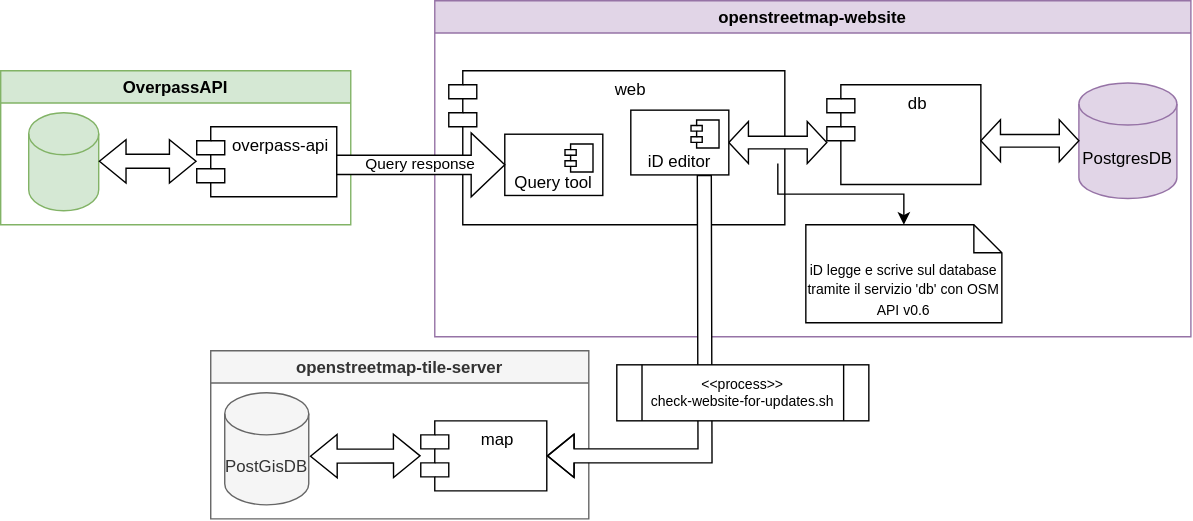
This is doc/images/diagramma-a-blocchi.svg from disit/OSM-for-snap4city, a draw.io export, as it was before one commit. Source tidied: cells renumbered, new cells last; positions are measured from the earlier drawing's top-left corner, leaving out a move shared by most shapes.
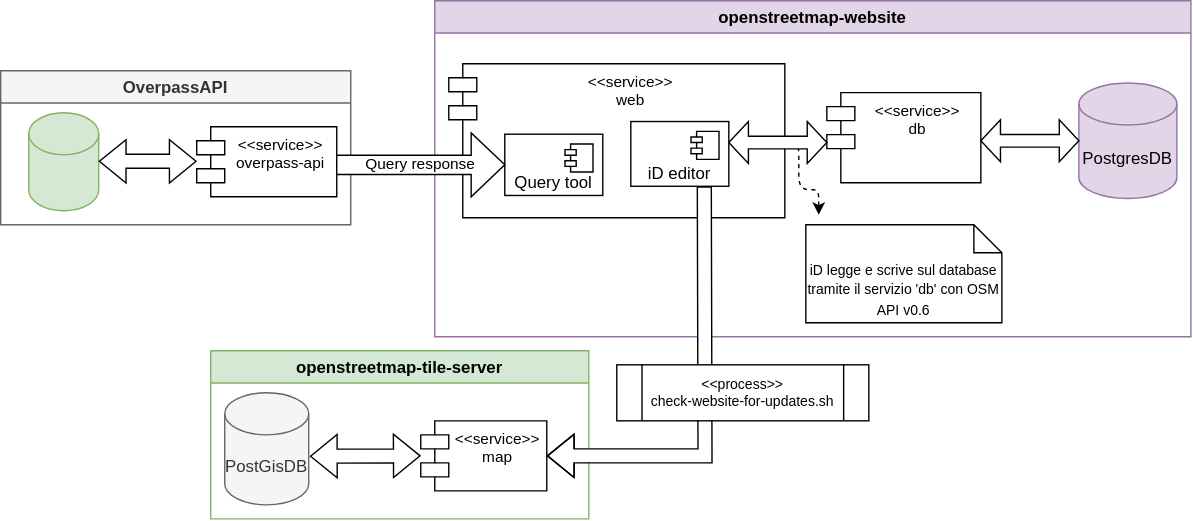
After the change.

The edit, as a diff of the source:
```diff
@@ -2,7 +2,7 @@
   <root>
     <mxCell id="0" />
     <mxCell id="1" parent="0" />
-    <mxCell id="2" value="OverpassAPI" style="swimlane;fillColor=#d5e8d4;strokeColor=#82b366;" parent="1" vertex="1">
+    <mxCell id="2" value="OverpassAPI" style="swimlane;fillColor=#f5f5f5;strokeColor=#666666;fontColor=#333333;" parent="1" vertex="1">
       <mxGeometry y="50" width="250" height="110" as="geometry" />
     </mxCell>
     <mxCell id="3" style="shape=cylinder3;whiteSpace=wrap;html=1;boundedLbl=1;backgroundOutline=1;size=15;fillColor=#d5e8d4;strokeColor=#82b366;" parent="2" vertex="1">
@@ -14,17 +14,17 @@
         <mxPoint x="70" y="64.7" as="targetPoint" />
       </mxGeometry>
     </mxCell>
-    <mxCell id="5" value="overpass-api" style="shape=module;align=left;spacingLeft=20;align=center;verticalAlign=top;whiteSpace=wrap;html=1;" parent="2" vertex="1">
+    <mxCell id="5" value="&lt;div&gt;&amp;lt;&amp;lt;service&amp;gt;&amp;gt;&lt;/div&gt;&lt;div&gt;overpass-api&lt;/div&gt;" style="shape=module;align=right;spacingLeft=20;align=center;verticalAlign=top;whiteSpace=wrap;html=1;fontSize=11;" parent="2" vertex="1">
       <mxGeometry x="140" y="40" width="100" height="50" as="geometry" />
     </mxCell>
     <mxCell id="6" value="openstreetmap-website" style="swimlane;fillColor=#e1d5e7;strokeColor=#9673a6;" parent="1" vertex="1">
       <mxGeometry x="310" width="540" height="240" as="geometry" />
     </mxCell>
-    <mxCell id="7" value="&lt;div&gt;web&lt;/div&gt;" style="shape=module;align=left;spacingLeft=20;align=center;verticalAlign=top;whiteSpace=wrap;html=1;" parent="6" vertex="1">
-      <mxGeometry x="10" y="50" width="240" height="110" as="geometry" />
+    <mxCell id="7" value="&lt;div style=&quot;font-size: 11px;&quot;&gt;&amp;lt;&amp;lt;service&amp;gt;&amp;gt;&lt;/div&gt;&lt;div style=&quot;font-size: 11px;&quot;&gt;web&lt;/div&gt;" style="shape=module;align=left;spacingLeft=20;align=center;verticalAlign=top;whiteSpace=wrap;html=1;fontSize=11;" parent="6" vertex="1">
+      <mxGeometry x="10" y="45" width="240" height="110" as="geometry" />
     </mxCell>
-    <mxCell id="8" value="db" style="shape=module;align=left;spacingLeft=20;align=center;verticalAlign=top;whiteSpace=wrap;html=1;" parent="6" vertex="1">
-      <mxGeometry x="280" y="60" width="110" height="71.2" as="geometry" />
+    <mxCell id="8" value="&lt;div style=&quot;font-size: 11px;&quot;&gt;&amp;lt;&amp;lt;service&amp;gt;&amp;gt;&lt;/div&gt;&lt;div style=&quot;font-size: 11px;&quot;&gt;db&lt;/div&gt;" style="shape=module;align=left;spacingLeft=20;align=center;verticalAlign=top;whiteSpace=wrap;html=1;fontSize=11;" parent="6" vertex="1">
+      <mxGeometry x="280" y="65.6" width="110" height="64.4" as="geometry" />
     </mxCell>
     <mxCell id="9" value="&lt;div&gt;PostgresDB&lt;/div&gt;" style="shape=cylinder3;whiteSpace=wrap;html=1;boundedLbl=1;backgroundOutline=1;size=15;fillColor=#e1d5e7;strokeColor=#9673a6;" parent="6" vertex="1">
       <mxGeometry x="460" y="58.8" width="70" height="82.5" as="geometry" />
@@ -32,14 +32,22 @@
     <mxCell id="10" style="shape=doubleArrow;whiteSpace=wrap;html=1;" parent="6" vertex="1">
       <mxGeometry x="390" y="85" width="70" height="30" as="geometry" />
     </mxCell>
-    <mxCell id="11" style="edgeStyle=orthogonalEdgeStyle;rounded=0;jettySize=auto;html=1;" parent="6" edge="1" source="12" target="15">
-      <mxGeometry relative="1" as="geometry" />
+    <mxCell id="11" style="edgeStyle=orthogonalEdgeStyle;rounded=1;orthogonalLoop=1;jettySize=auto;html=1;entryX=0.066;entryY=-0.03;entryDx=0;entryDy=0;entryPerimeter=0;curved=0;dashed=1;" parent="6" edge="1">
+      <mxGeometry relative="1" as="geometry">
+        <mxPoint x="250" y="100" as="sourcePoint" />
+        <mxPoint x="274.2" y="152.9" as="targetPoint" />
+        <Array as="points">
+          <mxPoint x="260" y="100" />
+          <mxPoint x="260" y="135" />
+          <mxPoint x="274" y="135" />
+        </Array>
+      </mxGeometry>
     </mxCell>
     <mxCell id="12" value="&lt;div&gt;&lt;br&gt;&lt;/div&gt;&lt;div&gt;&lt;br&gt;&lt;/div&gt;" style="shape=doubleArrow;whiteSpace=wrap;html=1;align=center;labelPosition=center;verticalLabelPosition=top;verticalAlign=bottom;labelBackgroundColor=none;labelBorderColor=none;" parent="6" vertex="1">
       <mxGeometry x="210" y="86.2" width="70" height="30" as="geometry" />
     </mxCell>
     <mxCell id="13" value="&lt;div&gt;iD editor&lt;/div&gt;" style="html=1;whiteSpace=wrap;verticalAlign=bottom;" parent="6" vertex="1">
-      <mxGeometry x="140" y="78.1" width="70" height="46.2" as="geometry" />
+      <mxGeometry x="140" y="86.2" width="70" height="46.2" as="geometry" />
     </mxCell>
     <mxCell id="14" style="shape=module;jettyWidth=8;jettyHeight=4;" parent="13" vertex="1">
       <mxGeometry x="1" width="20" height="20" relative="1" as="geometry">
@@ -60,13 +68,13 @@
     <mxCell id="18" value="Query response" style="shape=singleArrow;whiteSpace=wrap;html=1;fontSize=11;labelPosition=center;verticalLabelPosition=middle;align=center;verticalAlign=middle;" parent="6" vertex="1">
       <mxGeometry x="-70" y="94.4" width="120" height="45.6" as="geometry" />
     </mxCell>
-    <mxCell id="19" value="openstreetmap-tile-server" style="swimlane;fillColor=#f5f5f5;fontColor=#333333;strokeColor=#666666;" parent="1" vertex="1">
+    <mxCell id="19" value="openstreetmap-tile-server" style="swimlane;fillColor=#d5e8d4;strokeColor=#82b366;" parent="1" vertex="1">
       <mxGeometry x="150" y="250" width="270" height="120" as="geometry" />
     </mxCell>
     <mxCell id="20" value="PostGisDB" style="shape=cylinder3;whiteSpace=wrap;html=1;boundedLbl=1;backgroundOutline=1;size=15;fillColor=#f5f5f5;fontColor=#333333;strokeColor=#666666;" parent="19" vertex="1">
       <mxGeometry x="10" y="30" width="60" height="80" as="geometry" />
     </mxCell>
-    <mxCell id="21" value="map" style="shape=module;align=left;spacingLeft=20;align=center;verticalAlign=top;whiteSpace=wrap;html=1;" parent="19" vertex="1">
+    <mxCell id="21" value="&lt;div style=&quot;font-size: 11px;&quot;&gt;&amp;lt;&amp;lt;service&amp;gt;&amp;gt;&lt;/div&gt;&lt;div style=&quot;font-size: 11px;&quot;&gt;map&lt;/div&gt;" style="shape=module;align=left;spacingLeft=20;align=center;verticalAlign=top;whiteSpace=wrap;html=1;fontSize=11;" parent="19" vertex="1">
       <mxGeometry x="150" y="50" width="90" height="50" as="geometry" />
     </mxCell>
     <mxCell id="22" style="shape=flexArrow;endArrow=classic;startArrow=classic;html=1;rounded=0;fillColor=default;exitX=0;exitY=0.5;exitDx=0;exitDy=0;exitPerimeter=0;entryX=1.013;entryY=0.566;entryDx=0;entryDy=0;entryPerimeter=0;" parent="19" edge="1" source="21" target="20">
```
